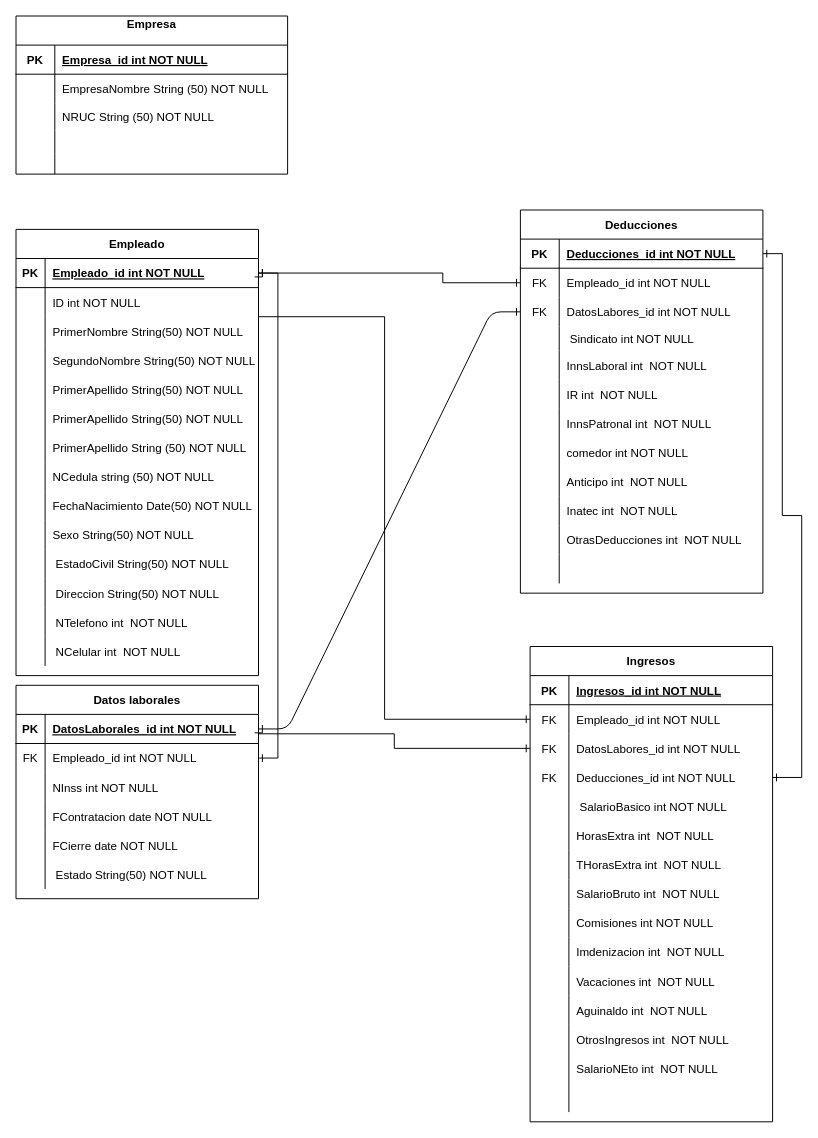
The draw.io diagram Diagrama sin título.drawio in Marlon-urtecho/BDEtityFramework, before the edit. Source tidied: cells renumbered, new cells numbered last; positions are measured from the earlier drawing's top-left corner, leaving out a move shared by most shapes. Both pictures are drawn from the tidied source at 97%, with x=0, y=0 at pixel (16, 16).
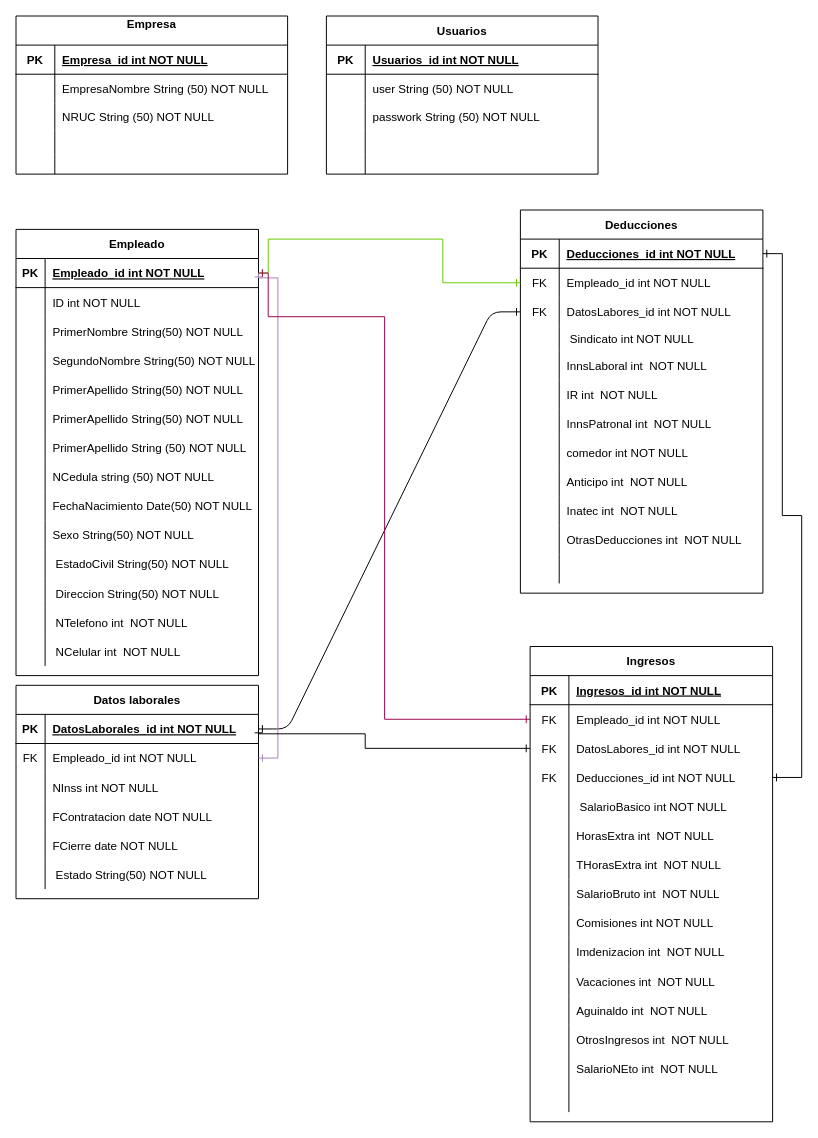
The same diagram, later.

The change refers to these unchanged cells:
```xml
<mxCell id="4" style="shape=partialRectangle;fillColor=none;points=[[0,0.5],[1,0.5]];portConstraint=eastwest;top=0;left=0;right=0;bottom=1;" parent="3" vertex="1">
  <mxGeometry y="30" width="250" height="30" as="geometry" />
</mxCell>
<mxCell id="50" style="shape=partialRectangle;fillColor=none;points=[[0,0.5],[1,0.5]];portConstraint=eastwest;top=0;left=0;right=0;bottom=0;" parent="46" vertex="1">
  <mxGeometry y="60" width="250" height="30" as="geometry" />
</mxCell>
<mxCell id="53" style="shape=partialRectangle;fillColor=none;points=[[0,0.5],[1,0.5]];portConstraint=eastwest;top=0;left=0;right=0;bottom=0;" parent="46" vertex="1">
  <mxGeometry y="90" width="250" height="30" as="geometry" />
</mxCell>
<mxCell id="84" style="shape=partialRectangle;fillColor=none;points=[[0,0.5],[1,0.5]];portConstraint=eastwest;top=0;left=0;right=0;bottom=1;" parent="83" vertex="1">
  <mxGeometry y="30" width="250" height="30" as="geometry" />
</mxCell>
<mxCell id="87" style="shape=partialRectangle;fillColor=none;points=[[0,0.5],[1,0.5]];portConstraint=eastwest;top=0;left=0;right=0;bottom=0;" parent="83" vertex="1">
  <mxGeometry y="60" width="250" height="30" as="geometry" />
</mxCell>
<mxCell id="106" style="shape=partialRectangle;fillColor=none;points=[[0,0.5],[1,0.5]];portConstraint=eastwest;top=0;left=0;right=0;bottom=0;" parent="102" vertex="1">
  <mxGeometry y="60" width="250" height="30" as="geometry" />
</mxCell>
<mxCell id="109" style="shape=partialRectangle;fillColor=none;points=[[0,0.5],[1,0.5]];portConstraint=eastwest;top=0;left=0;right=0;bottom=0;" parent="102" vertex="1">
  <mxGeometry y="90" width="250" height="30" as="geometry" />
</mxCell>
```

What changed in the source:
```diff
@@
     <mxCell id="2" style="edgeStyle=entityRelationEdgeStyle;endArrow=ERone;startArrow=ERone;endFill=0;startFill=0;exitX=1;exitY=0.5;exitDx=0;exitDy=0;" parent="1" edge="1" source="84" target="53">
       <mxGeometry relative="1" as="geometry">
         <Array as="points">
           <mxPoint x="490" y="460" />
+          <mxPoint x="430" y="550" />
+          <mxPoint x="340" y="470" />
           <mxPoint x="510" y="460" />
         </Array>
       </mxGeometry>
     </mxCell>
@@
-    <mxCell id="148" style="edgeStyle=orthogonalEdgeStyle;rounded=0;jettySize=auto;html=1;exitX=1;exitY=0.5;exitDx=0;exitDy=0;entryX=0;entryY=0.5;entryDx=0;entryDy=0;startArrow=ERone;startFill=0;endArrow=ERone;endFill=0;" parent="1" edge="1" source="4" target="50">
+    <mxCell id="148" style="edgeStyle=orthogonalEdgeStyle;rounded=0;jettySize=auto;html=1;exitX=1;exitY=0.5;exitDx=0;exitDy=0;entryX=0;entryY=0.5;entryDx=0;entryDy=0;startArrow=ERone;startFill=0;endArrow=ERone;endFill=0;strokeColor=#66CC00;" parent="1" edge="1" source="4" target="50">
       <mxGeometry relative="1" as="geometry">
         <Array as="points">
-          <mxPoint x="440" y="265" />
+          <mxPoint x="260" y="265" />
+          <mxPoint x="260" y="230" />
+          <mxPoint x="440" y="230" />
           <mxPoint x="440" y="275" />
         </Array>
       </mxGeometry>
     </mxCell>
-    <mxCell id="149" style="edgeStyle=orthogonalEdgeStyle;rounded=0;jettySize=auto;html=1;exitX=1;exitY=0.5;exitDx=0;exitDy=0;startArrow=ERone;startFill=0;endArrow=ERone;endFill=0;" parent="1" edge="1" source="4" target="87">
-      <mxGeometry relative="1" as="geometry" />
+    <mxCell id="149" style="edgeStyle=orthogonalEdgeStyle;rounded=0;jettySize=auto;html=1;exitX=1;exitY=0.5;exitDx=0;exitDy=0;startArrow=ERone;startFill=0;endArrow=ERone;endFill=0;strokeColor=#A680B8;" parent="1" edge="1" source="4" target="87">
+      <mxGeometry relative="1" as="geometry">
+        <Array as="points">
+          <mxPoint x="250" y="270" />
+          <mxPoint x="270" y="270" />
+          <mxPoint x="270" y="765" />
+        </Array>
+      </mxGeometry>
     </mxCell>
@@
-    <mxCell id="151" style="edgeStyle=orthogonalEdgeStyle;rounded=0;jettySize=auto;html=1;exitX=1;exitY=0.5;exitDx=0;exitDy=0;startArrow=ERone;startFill=0;endArrow=ERone;endFill=0;" parent="1" edge="1" source="4" target="106">
+    <mxCell id="151" style="edgeStyle=orthogonalEdgeStyle;rounded=0;jettySize=auto;html=1;exitX=1;exitY=0.5;exitDx=0;exitDy=0;startArrow=ERone;startFill=0;endArrow=ERone;endFill=0;strokeColor=#99004D;" parent="1" edge="1" source="4" target="106">
       <mxGeometry relative="1" as="geometry">
         <Array as="points">
-          <mxPoint x="250" y="310" />
+          <mxPoint x="260" y="265" />
+          <mxPoint x="260" y="310" />
           <mxPoint x="380" y="310" />
           <mxPoint x="380" y="725" />
         </Array>
       </mxGeometry>
     </mxCell>
     <mxCell id="152" style="edgeStyle=orthogonalEdgeStyle;rounded=0;jettySize=auto;html=1;exitX=1;exitY=0.5;exitDx=0;exitDy=0;endArrow=ERone;endFill=0;startArrow=ERone;startFill=0;" parent="1" edge="1" source="84" target="109">
       <mxGeometry relative="1" as="geometry">
         <Array as="points">
           <mxPoint x="250" y="740" />
-          <mxPoint x="390" y="740" />
-          <mxPoint x="390" y="755" />
+          <mxPoint x="360" y="740" />
+          <mxPoint x="360" y="755" />
         </Array>
       </mxGeometry>
     </mxCell>
@@
+    <mxCell id="169" value="Usuarios" style="shape=table;startSize=30;childLayout=tableLayout;rowLines=0;fontStyle=1;align=center;" parent="1" vertex="1">
+      <mxGeometry x="320" width="280" height="163" as="geometry" />
+    </mxCell>
+    <mxCell id="170" style="shape=partialRectangle;fillColor=none;top=0;left=0;right=0;bottom=1;" parent="169" vertex="1">
+      <mxGeometry y="30" width="280" height="30" as="geometry" />
+    </mxCell>
+    <mxCell id="171" value="PK" style="shape=partialRectangle;overflow=hidden;fillColor=none;top=0;left=0;bottom=0;right=0;fontStyle=1;" parent="170" vertex="1">
+      <mxGeometry width="40" height="30" as="geometry" />
+    </mxCell>
+    <mxCell id="172" value="Usuarios_id int NOT NULL " style="shape=partialRectangle;overflow=hidden;fillColor=none;top=0;left=0;bottom=0;right=0;align=left;spacingLeft=6;fontStyle=5;" parent="170" vertex="1">
+      <mxGeometry x="40" width="240" height="30" as="geometry" />
+    </mxCell>
+    <mxCell id="173" style="shape=partialRectangle;fillColor=none;top=0;left=0;right=0;bottom=0;" parent="169" vertex="1">
+      <mxGeometry y="60" width="280" height="30" as="geometry" />
+    </mxCell>
+    <mxCell id="174" style="shape=partialRectangle;overflow=hidden;fillColor=none;top=0;left=0;bottom=0;right=0;" parent="173" vertex="1">
+      <mxGeometry width="40" height="30" as="geometry" />
+    </mxCell>
+    <mxCell id="175" value="user String (50) NOT NULL" style="shape=partialRectangle;overflow=hidden;fillColor=none;top=0;left=0;bottom=0;right=0;align=left;spacingLeft=6;" parent="173" vertex="1">
+      <mxGeometry x="40" width="240" height="30" as="geometry" />
+    </mxCell>
+    <mxCell id="176" style="shape=partialRectangle;fillColor=none;top=0;left=0;right=0;bottom=0;" parent="169" vertex="1">
+      <mxGeometry y="90" width="280" height="28" as="geometry" />
+    </mxCell>
+    <mxCell id="177" style="shape=partialRectangle;overflow=hidden;fillColor=none;top=0;left=0;bottom=0;right=0;" parent="176" vertex="1">
+      <mxGeometry width="40" height="28" as="geometry" />
+    </mxCell>
+    <mxCell id="178" value="passwork String (50) NOT NULL" style="shape=partialRectangle;overflow=hidden;fillColor=none;top=0;left=0;bottom=0;right=0;align=left;spacingLeft=6;" parent="176" vertex="1">
+      <mxGeometry x="40" width="240" height="28" as="geometry" />
+    </mxCell>
+    <mxCell id="179" style="shape=partialRectangle;fillColor=none;top=0;left=0;right=0;bottom=0;" parent="169" vertex="1">
+      <mxGeometry y="118" width="280" height="25" as="geometry" />
+    </mxCell>
+    <mxCell id="180" style="shape=partialRectangle;overflow=hidden;fillColor=none;top=0;left=0;bottom=0;right=0;" parent="179" vertex="1">
+      <mxGeometry width="40" height="25" as="geometry" />
+    </mxCell>
+    <mxCell id="181" style="shape=partialRectangle;overflow=hidden;fillColor=none;top=0;left=0;bottom=0;right=0;align=left;spacingLeft=6;" parent="179" vertex="1">
+      <mxGeometry x="40" width="240" height="25" as="geometry" />
+    </mxCell>
+    <mxCell id="182" style="shape=partialRectangle;fillColor=none;top=0;left=0;right=0;bottom=0;" parent="169" vertex="1">
+      <mxGeometry y="143" width="280" height="20" as="geometry" />
+    </mxCell>
+    <mxCell id="183" style="shape=partialRectangle;overflow=hidden;fillColor=none;top=0;left=0;bottom=0;right=0;" parent="182" vertex="1">
+      <mxGeometry width="40" height="20" as="geometry" />
+    </mxCell>
+    <mxCell id="184" style="shape=partialRectangle;overflow=hidden;fillColor=none;top=0;left=0;bottom=0;right=0;align=left;spacingLeft=6;" parent="182" vertex="1">
+      <mxGeometry x="40" width="240" height="20" as="geometry" />
+    </mxCell>
```
